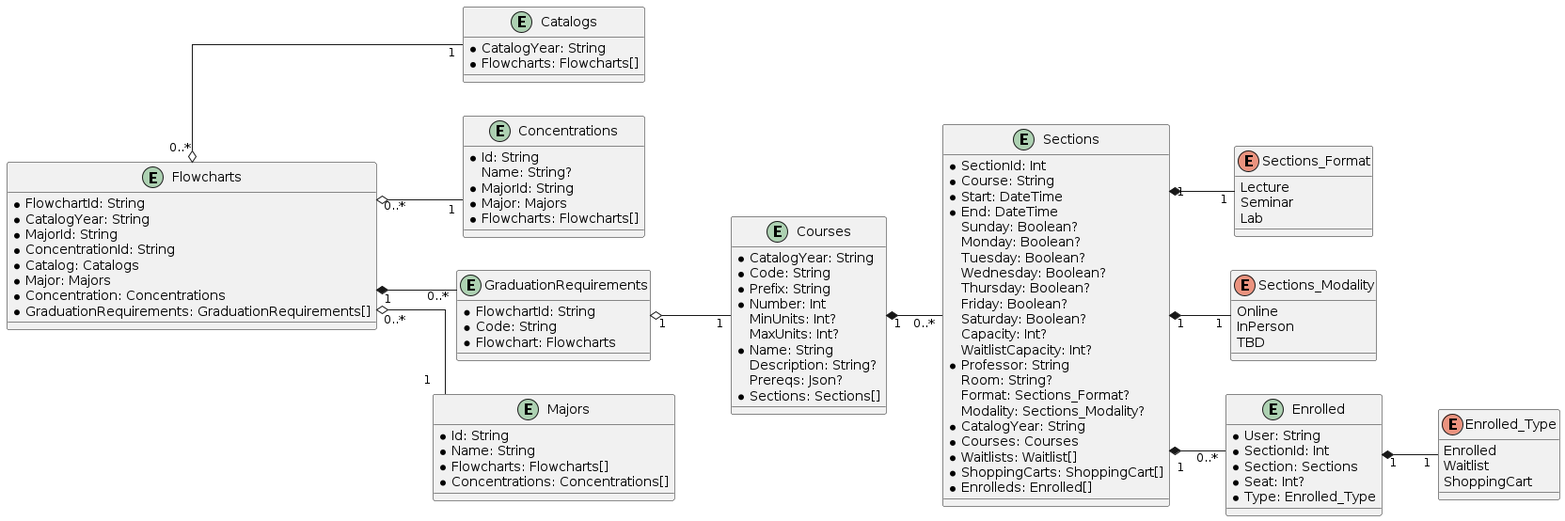
Above: client/prisma/uml.png in IdoPesok/enroller (PlantUML), before the change. The source it was exported from:
```plantuml
@startuml uml

skinparam linetype ortho

left to right direction

enum Sections_Format {
  Lecture
  Seminar
  Lab
}

enum Sections_Modality {
  Online
  InPerson
  TBD
}

enum Enrolled_Type {
  Enrolled
  Waitlist
  ShoppingCart
}

entity Courses {
  * CatalogYear: String
  * Code: String
  * Prefix: String
  * Number: Int
  MinUnits: Int?
  MaxUnits: Int?
  * Name: String
  Description: String?
  Prereqs: Json?
  * Sections: Sections[]
}

entity Enrolled {
  * User: String
  * SectionId: Int
  * Section: Sections
  * Seat: Int?
  * Type: Enrolled_Type
}

entity Sections {
  * SectionId: Int
  * Course: String
  * Start: DateTime
  * End: DateTime
  Sunday: Boolean?
  Monday: Boolean?
  Tuesday: Boolean?
  Wednesday: Boolean?
  Thursday: Boolean?
  Friday: Boolean?
  Saturday: Boolean?
  Capacity: Int?
  WaitlistCapacity: Int?
  * Professor: String
  Room: String?
  Format: Sections_Format?
  Modality: Sections_Modality?
  * CatalogYear: String
  * Courses: Courses
  * Waitlists: Waitlist[]
  * ShoppingCarts: ShoppingCart[]
  * Enrolleds: Enrolled[]
}

entity Flowcharts {
  * FlowchartId: String
  * CatalogYear: String
  * MajorId: String
  * ConcentrationId: String
  * Catalog: Catalogs
  * Major: Majors
  * Concentration: Concentrations
  * GraduationRequirements: GraduationRequirements[]
}

entity Catalogs {
  * CatalogYear: String
  * Flowcharts: Flowcharts[]
}

entity Concentrations {
  * Id: String
  Name: String?
  * MajorId: String
  * Major: Majors
  * Flowcharts: Flowcharts[]
}

entity GraduationRequirements {
  * FlowchartId: String
  * Code: String
  * Flowchart: Flowcharts
}

entity Majors {
  * Id: String
  * Name: String
  * Flowcharts: Flowcharts[]
  * Concentrations: Concentrations[]
}

Courses "1" *-- "0..*" Sections
Sections "1" *-- "0..*" Enrolled
Enrolled "1" *-- "1" Enrolled_Type
Sections "1" *-- "1" Sections_Format
Sections "1" *-- "1" Sections_Modality
Flowcharts "0..*" o-- "1" Catalogs
Flowcharts "0..*" o-- "1" Concentrations
Flowcharts "0..*" o-- "1" Majors
Flowcharts "1" *-- "0..*" GraduationRequirements
GraduationRequirements "1"  o-- "1" Courses

@enduml
```
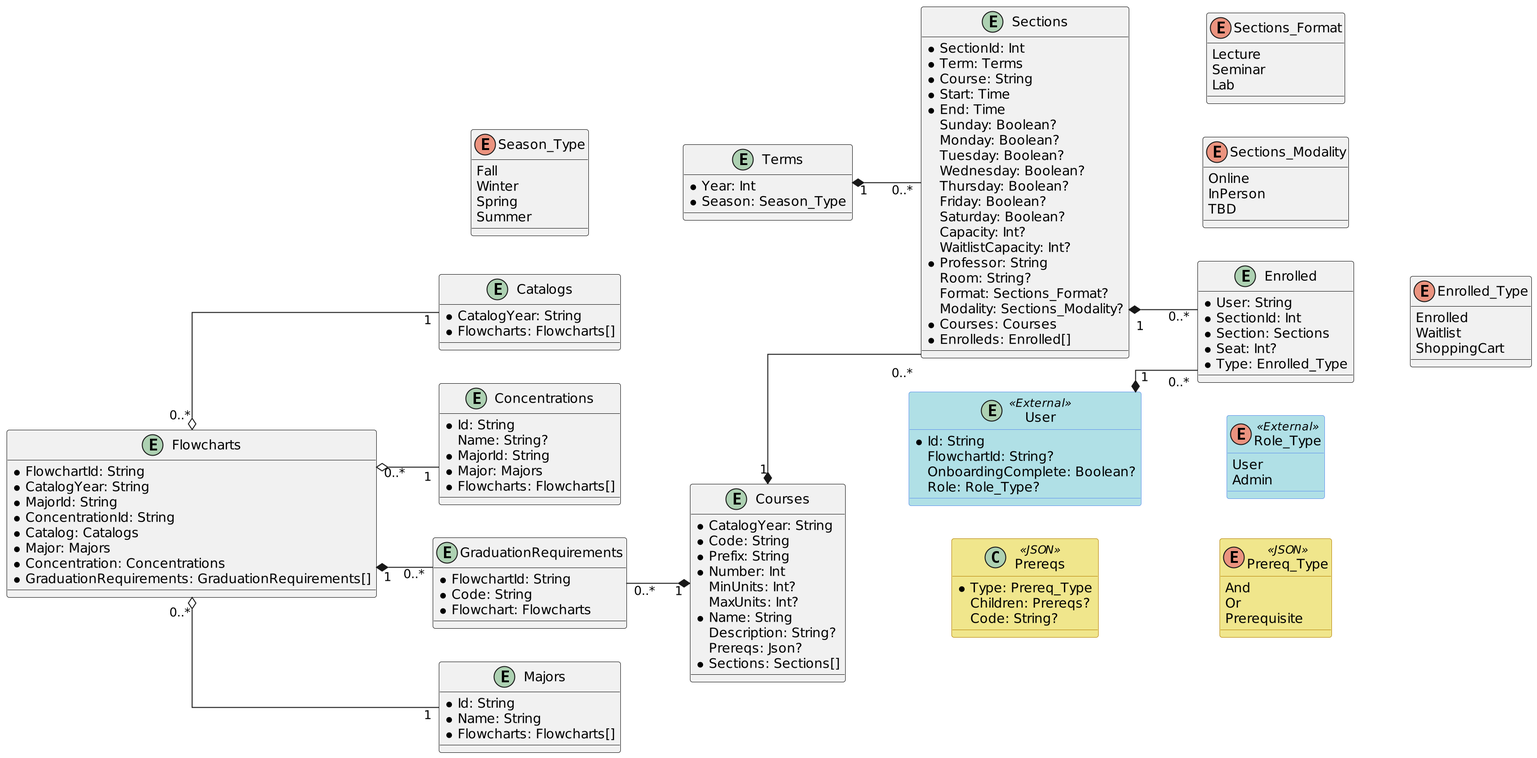
After the commit.

Commit message:
Schema-uml-fixes (#73)

* fix invalidation bug

* fix schema

* Update DB UML Diagram

---------

Diff of the diagram source:
```diff
@@ -1,6 +1,13 @@
 @startuml uml
+skinparam linetype ortho
+skinparam Dpi 192
 
-skinparam linetype ortho
+skinparam class {
+  BackgroundColor<<External>> PowderBlue
+  BorderColor<<External>> CornflowerBlue
+  BackgroundColor<<JSON>> Khaki
+  BorderColor<<JSON>> DarkGoldenRod
+}
 
 left to right direction
 
@@ -43,11 +50,24 @@
   * Type: Enrolled_Type
 }
 
+entity Terms {
+  * Year: Int
+  * Season: Season_Type
+}
+
+enum Season_Type {
+  Fall
+  Winter
+  Spring
+  Summer
+}
+
 entity Sections {
   * SectionId: Int
+  * Term: Terms
   * Course: String
-  * Start: DateTime
-  * End: DateTime
+  * Start: Time
+  * End: Time
   Sunday: Boolean?
   Monday: Boolean?
   Tuesday: Boolean?
@@ -61,10 +81,7 @@
   Room: String?
   Format: Sections_Format?
   Modality: Sections_Modality?
-  * CatalogYear: String
   * Courses: Courses
-  * Waitlists: Waitlist[]
-  * ShoppingCarts: ShoppingCart[]
   * Enrolleds: Enrolled[]
 }
 
@@ -102,18 +119,48 @@
   * Id: String
   * Name: String
   * Flowcharts: Flowcharts[]
-  * Concentrations: Concentrations[]
 }
 
+entity User <<External>> {
+  * Id: String
+  FlowchartId: String?
+  OnboardingComplete: Boolean?
+  Role: Role_Type?
+}
+
+enum Role_Type <<External>> {
+  User
+  Admin
+}
+
+class Prereqs <<JSON>> {
+  * Type: Prereq_Type
+  Children: Prereqs?
+  Code: String?
+}
+
+enum Prereq_Type <<JSON>> {
+  And
+  Or
+  Prerequisite
+}
+
+
 Courses "1" *-- "0..*" Sections
+Terms "1" *-- "0..*" Sections
 Sections "1" *-- "0..*" Enrolled
-Enrolled "1" *-- "1" Enrolled_Type
-Sections "1" *-- "1" Sections_Format
-Sections "1" *-- "1" Sections_Modality
 Flowcharts "0..*" o-- "1" Catalogs
 Flowcharts "0..*" o-- "1" Concentrations
 Flowcharts "0..*" o-- "1" Majors
 Flowcharts "1" *-- "0..*" GraduationRequirements
-GraduationRequirements "1"  o-- "1" Courses
+GraduationRequirements "0..*"  --* "1" Courses
+User "1" *-- "0..*" Enrolled
+Enrolled -[hidden]- Enrolled_Type
+Sections -[hidden]- Sections_Format
+Sections -[hidden]- Sections_Modality
+User -[hidden]- Role_Type
+Prereqs -[hidden]- Prereq_Type
+Courses -[hidden]- Prereqs
+Terms -up[hidden]- Season_Type
 
 @enduml
```
